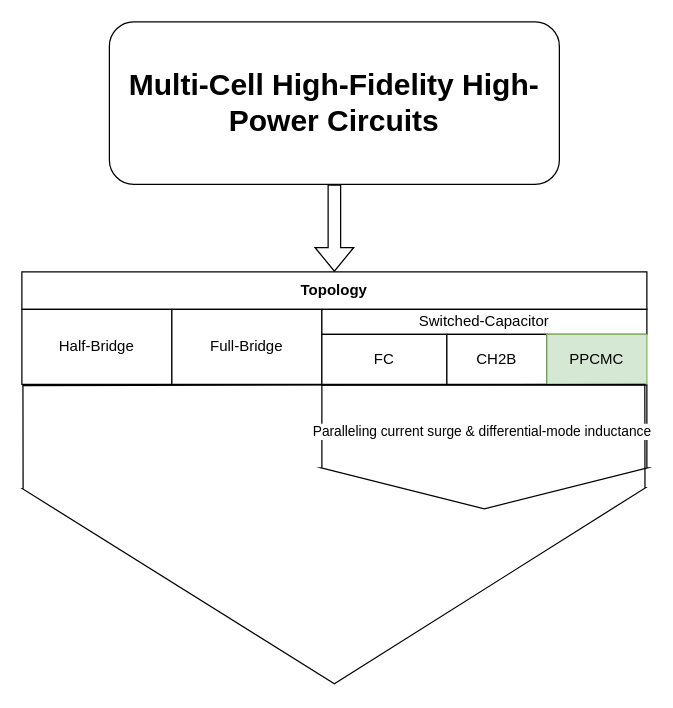
Earlier version of the draw.io diagram Untitled Diagram.drawio (zhangjinshui-nerveee/drawing_schematics). Source tidied: cells renumbered, new cells numbered last; positions are measured from the earlier drawing's top-left corner, leaving out a move shared by most shapes. Both pictures are drawn from the tidied source at 125%, with x=0, y=0 at pixel (21, 21).
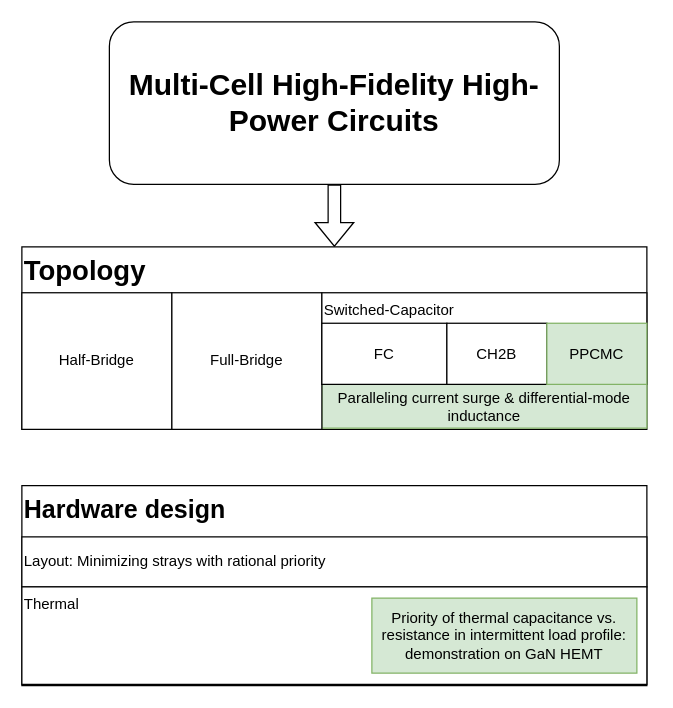
The same page after the edit.

The edit, as a diff of the source:
```diff
@@
 <mxGraphModel>
   <root>
     <mxCell id="0" />
     <mxCell id="1" parent="0" />
     <mxCell id="2" value="&lt;h1&gt;Multi-Cell High-Fidelity High-Power Circuits&lt;/h1&gt;" style="rounded=1;whiteSpace=wrap;html=1;" parent="1" vertex="1">
       <mxGeometry x="70" width="360" height="130" as="geometry" />
     </mxCell>
     <mxCell id="3" style="shape=flexArrow;endArrow=classic;html=1;rounded=0;exitX=0.5;exitY=1;exitDx=0;exitDy=0;entryX=0.5;entryY=0;entryDx=0;entryDy=0;" parent="1" edge="1" source="2" target="5">
       <mxGeometry relative="1" as="geometry" />
     </mxCell>
-    <mxCell id="4" style="group;" parent="1" vertex="1">
-      <mxGeometry y="200" width="500" height="90" as="geometry" />
-    </mxCell>
-    <mxCell id="5" value="&lt;b&gt;Topology&lt;/b&gt;" style="rounded=0;whiteSpace=wrap;html=1;" parent="4" vertex="1">
-      <mxGeometry width="500" height="30" as="geometry" />
+    <mxCell id="5" value="&lt;font size=&quot;1&quot;&gt;&lt;b style=&quot;font-size: 22px;&quot;&gt;Topology&lt;/b&gt;&lt;/font&gt;" style="rounded=0;whiteSpace=wrap;html=1;align=left;verticalAlign=top;" parent="1" vertex="1">
+      <mxGeometry y="180" width="500" height="146" as="geometry" />
     </mxCell>
+    <mxCell id="14" value="Paralleling current surge &amp;amp; differential-mode inductance" style="rounded=0;whiteSpace=wrap;html=1;fillColor=#d5e8d4;strokeColor=#82b366;" parent="1" vertex="1">
+      <mxGeometry x="240" y="290" width="260" height="35" as="geometry" />
+    </mxCell>
+    <mxCell id="15" value="&lt;div style=&quot;font-size: 20px;&quot;&gt;&lt;font style=&quot;font-size: 20px;&quot;&gt;&lt;b&gt;Hardware design&lt;/b&gt;&lt;br&gt;&lt;/font&gt;&lt;/div&gt;" style="rounded=0;whiteSpace=wrap;html=1;align=left;verticalAlign=top;" parent="1" vertex="1">
+      <mxGeometry y="371" width="500" height="160" as="geometry" />
+    </mxCell>
+    <mxCell id="16" value="Layout: Minimizing strays with rational priority" style="rounded=0;whiteSpace=wrap;html=1;align=left;" parent="1" vertex="1">
+      <mxGeometry y="412" width="500" height="40" as="geometry" />
+    </mxCell>
+    <mxCell id="17" value="Thermal" style="rounded=0;whiteSpace=wrap;html=1;align=left;verticalAlign=top;" parent="1" vertex="1">
+      <mxGeometry y="452" width="500" height="78" as="geometry" />
+    </mxCell>
-    <mxCell id="6" value="Half-Bridge" style="rounded=0;whiteSpace=wrap;html=1;" parent="4" vertex="1">
-      <mxGeometry y="30" width="120" height="60" as="geometry" />
+    <mxCell id="6" value="Half-Bridge" style="rounded=0;whiteSpace=wrap;html=1;" parent="1" vertex="1">
+      <mxGeometry y="216.7" width="120" height="109.3" as="geometry" />
     </mxCell>
-    <mxCell id="7" value="&lt;div&gt;Full-Bridge&lt;/div&gt;" style="rounded=0;whiteSpace=wrap;html=1;" parent="4" vertex="1">
-      <mxGeometry x="120" y="30" width="120" height="60" as="geometry" />
+    <mxCell id="7" value="&lt;div&gt;Full-Bridge&lt;/div&gt;" style="rounded=0;whiteSpace=wrap;html=1;" parent="1" vertex="1">
+      <mxGeometry x="120" y="216.7" width="120" height="109.3" as="geometry" />
     </mxCell>
-    <mxCell id="8" value="Switched-Capacitor" style="rounded=0;whiteSpace=wrap;html=1;" parent="4" vertex="1">
-      <mxGeometry x="240" y="30" width="260" height="20" as="geometry" />
+    <mxCell id="8" value="Switched-Capacitor" style="rounded=0;whiteSpace=wrap;html=1;verticalAlign=top;align=left;" parent="1" vertex="1">
+      <mxGeometry x="240" y="216.7" width="260" height="73.3" as="geometry" />
     </mxCell>
-    <mxCell id="9" value="FC" style="rounded=0;whiteSpace=wrap;html=1;" parent="4" vertex="1">
-      <mxGeometry x="240" y="50" width="100" height="40" as="geometry" />
+    <mxCell id="9" value="FC" style="rounded=0;whiteSpace=wrap;html=1;" parent="1" vertex="1">
+      <mxGeometry x="240" y="241.1" width="100" height="48.9" as="geometry" />
     </mxCell>
-    <mxCell id="10" value="&lt;div&gt;CH2B&lt;br&gt;&lt;/div&gt;" style="rounded=0;whiteSpace=wrap;html=1;" parent="4" vertex="1">
-      <mxGeometry x="340" y="50" width="80" height="40" as="geometry" />
+    <mxCell id="10" value="&lt;div&gt;CH2B&lt;br&gt;&lt;/div&gt;" style="rounded=0;whiteSpace=wrap;html=1;" parent="1" vertex="1">
+      <mxGeometry x="340" y="241.1" width="80" height="48.9" as="geometry" />
     </mxCell>
-    <mxCell id="11" value="&lt;div&gt;PPCMC&lt;br&gt;&lt;/div&gt;" style="rounded=0;whiteSpace=wrap;html=1;fillColor=#d5e8d4;strokeColor=#82b366;" parent="4" vertex="1">
-      <mxGeometry x="420" y="50" width="80" height="40" as="geometry" />
+    <mxCell id="11" value="&lt;div&gt;PPCMC&lt;br&gt;&lt;/div&gt;" style="rounded=0;whiteSpace=wrap;html=1;fillColor=#d5e8d4;strokeColor=#82b366;" parent="1" vertex="1">
+      <mxGeometry x="420" y="241.1" width="80" height="48.9" as="geometry" />
     </mxCell>
-    <mxCell id="12" style="shape=flexArrow;endArrow=classic;html=1;rounded=0;endWidth=0;endSize=51.811764705882354;width=497.5;" parent="1" edge="1">
-      <mxGeometry relative="1" as="geometry">
-        <mxPoint x="249.6" y="290" as="sourcePoint" />
-        <mxPoint x="250" y="530" as="targetPoint" />
-      </mxGeometry>
-    </mxCell>
-    <mxCell id="13" style="shape=flexArrow;endArrow=classic;html=1;rounded=0;endWidth=0;endSize=10.564705882352943;width=260;" parent="1" edge="1">
-      <mxGeometry relative="1" as="geometry">
-        <mxPoint x="370" y="290" as="sourcePoint" />
-        <mxPoint x="370" y="390" as="targetPoint" />
-      </mxGeometry>
-    </mxCell>
-    <mxCell id="14" value="Paralleling current surge &amp;amp; differential-mode inductance" style="edgeLabel;html=1;align=center;verticalAlign=middle;" parent="13" vertex="1">
-      <mxGeometry x="-0.27" y="-3" relative="1" as="geometry" />
-    </mxCell>
+    <mxCell id="18" value="Priority of thermal capacitance vs. resistance in intermittent load profile: demonstration on GaN HEMT" style="rounded=0;whiteSpace=wrap;html=1;fillColor=#d5e8d4;strokeColor=#82b366;" parent="1" vertex="1">
+      <mxGeometry x="280" y="461" width="212" height="60" as="geometry" />
+    </mxCell>
   </root>
 </mxGraphModel>
```
